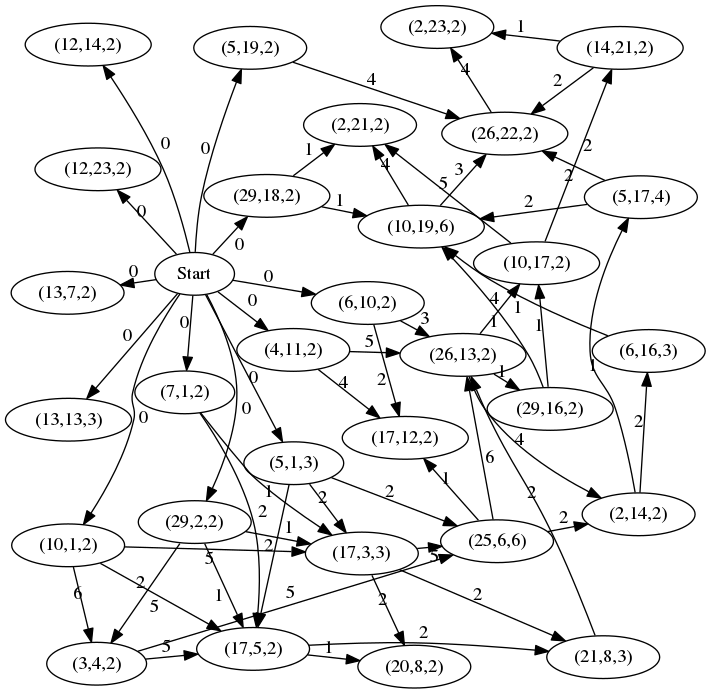
The Graphviz diagram out/graph.png in AlgoLab/galig, before a commit. Its source is kept beside it as out/graph.dot.
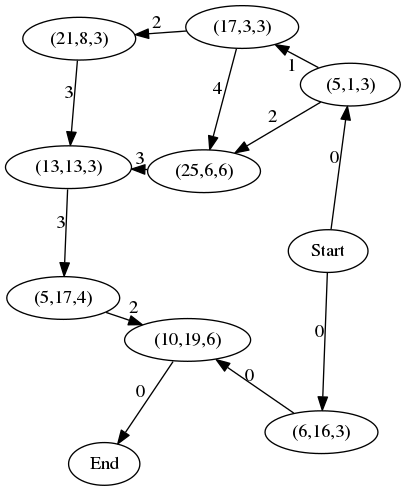
Above is the later version.

The edit, as a diff of the source:
```diff
@@ -4,90 +4,23 @@
  0 [label="Start"];
  1 [label="(5,1,3)"];
  2 [label="(17,3,3)"];
- 3 [label="(17,5,2)"];
- 4 [label="(25,6,6)"];
- 5 [label="(10,1,2)"];
- 6 [label="(3,4,2)"];
- 7 [label="(7,1,2)"];
- 8 [label="(29,2,2)"];
- 9 [label="(21,8,3)"];
- 10 [label="(20,8,2)"];
- 11 [label="(17,12,2)"];
- 12 [label="(26,13,2)"];
- 13 [label="(2,14,2)"];
- 14 [label="(13,7,2)"];
- 15 [label="(6,10,2)"];
- 16 [label="(4,11,2)"];
- 17 [label="(13,13,3)"];
- 18 [label="(29,16,2)"];
- 19 [label="(10,17,2)"];
- 20 [label="(6,16,3)"];
- 21 [label="(5,17,4)"];
- 22 [label="(12,14,2)"];
- 23 [label="(10,19,6)"];
- 24 [label="(26,22,2)"];
- 25 [label="(2,21,2)"];
- 26 [label="(14,21,2)"];
- 27 [label="(29,18,2)"];
- 28 [label="(5,19,2)"];
- 29 [label="(2,23,2)"];
- 30 [label="(12,23,2)"];
+ 3 [label="(25,6,6)"];
+ 4 [label="(21,8,3)"];
+ 5 [label="(13,13,3)"];
+ 6 [label="(5,17,4)"];
+ 7 [label="(6,16,3)"];
+ 8 [label="(10,19,6)"];
+ 9 [label="End"];
  0 -> 1 [label=" 0"];
- 0 -> 5 [label=" 0"];
  0 -> 7 [label=" 0"];
- 0 -> 8 [label=" 0"];
- 0 -> 14 [label=" 0"];
- 0 -> 15 [label=" 0"];
- 0 -> 16 [label=" 0"];
- 0 -> 17 [label=" 0"];
- 0 -> 22 [label=" 0"];
- 0 -> 27 [label=" 0"];
- 0 -> 28 [label=" 0"];
- 0 -> 30 [label=" 0"];
- 1 -> 2 [label=" 2"];
+ 1 -> 2 [label=" 1"];
  1 -> 3 [label=" 2"];
- 1 -> 4 [label=" 2"];
- 2 -> 4 [label=" 5"];
- 2 -> 9 [label=" 2"];
- 2 -> 10 [label=" 2"];
- 3 -> 9 [label=" 2"];
- 3 -> 10 [label=" 1"];
- 4 -> 11 [label=" 1"];
- 4 -> 12 [label=" 6"];
- 4 -> 13 [label=" 2"];
- 5 -> 2 [label=" 5"];
- 5 -> 3 [label=" 5"];
- 5 -> 6 [label=" 6"];
- 6 -> 3 [label=" 5"];
- 6 -> 4 [label=" 5"];
- 7 -> 2 [label=" 1"];
- 7 -> 3 [label=" 2"];
- 8 -> 2 [label=" 1"];
- 8 -> 3 [label=" 1"];
- 8 -> 6 [label=" 2"];
- 9 -> 12 [label=" 2"];
- 12 -> 13 [label=" 4"];
- 12 -> 18 [label=" 1"];
- 12 -> 19 [label=" 4"];
- 13 -> 20 [label=" 2"];
- 13 -> 21 [label=" 1"];
- 15 -> 11 [label=" 2"];
- 15 -> 12 [label=" 3"];
- 16 -> 11 [label=" 4"];
- 16 -> 12 [label=" 5"];
- 18 -> 19 [label=" 1"];
- 18 -> 23 [label=" 1"];
- 19 -> 25 [label=" 5"];
- 19 -> 26 [label=" 2"];
- 20 -> 23 [label=" 1"];
- 21 -> 23 [label=" 2"];
- 21 -> 24 [label=" 2"];
- 23 -> 24 [label=" 3"];
- 23 -> 25 [label=" 4"];
- 24 -> 29 [label=" 4"];
- 26 -> 24 [label=" 2"];
- 26 -> 29 [label=" 1"];
- 27 -> 23 [label=" 1"];
- 27 -> 25 [label=" 1"];
- 28 -> 24 [label=" 4"];
+ 2 -> 3 [label=" 4"];
+ 2 -> 4 [label=" 2"];
+ 3 -> 5 [label=" 3"];
+ 4 -> 5 [label=" 3"];
+ 5 -> 6 [label=" 3"];
+ 6 -> 8 [label=" 2"];
+ 7 -> 8 [label=" 0"];
+ 8 -> 9 [label=" 0"];
 }
```
